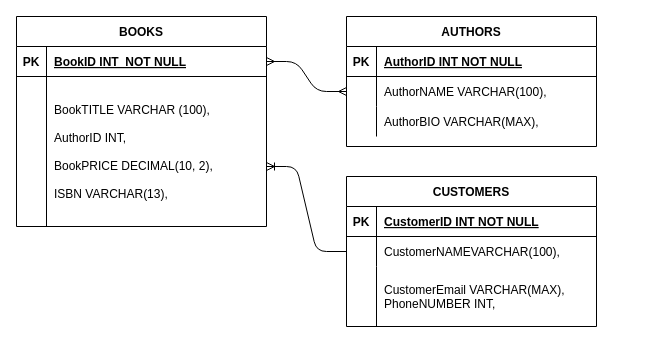
Before: CSWS_Assignment1.drawio in KESHAVSHARMA40/KESHAVGITHUB, a draw.io diagram. Source tidied: cells renumbered, new cells numbered last; positions are measured from the earlier drawing's top-left corner, leaving out a move shared by most shapes. Both pictures are drawn from the tidied source at 100%, with x=0, y=0 at pixel (16, 16).
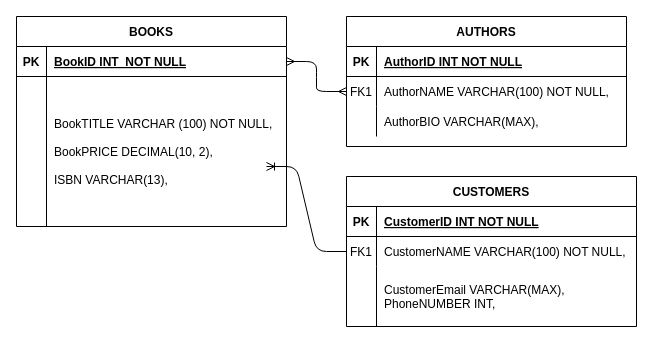
Above is the later version.

Diff of the diagram source:
```diff
@@
     <mxCell id="4" value="AUTHORS" style="shape=table;startSize=30;childLayout=tableLayout;rowLines=0;fontStyle=1;align=center;" parent="1" vertex="1">
-      <mxGeometry x="330" width="250" height="130" as="geometry" />
+      <mxGeometry x="330" width="280" height="130" as="geometry" />
     </mxCell>
     <mxCell id="5" style="shape=partialRectangle;fillColor=none;top=0;left=0;right=0;bottom=1;" parent="4" vertex="1">
-      <mxGeometry y="30" width="250" height="30" as="geometry" />
+      <mxGeometry y="30" width="280" height="30" as="geometry" />
     </mxCell>
@@
     <mxCell id="7" value="AuthorID INT NOT NULL" style="shape=partialRectangle;overflow=hidden;fillColor=none;top=0;left=0;bottom=0;right=0;align=left;spacingLeft=6;fontStyle=5;" parent="5" vertex="1">
-      <mxGeometry x="30" width="220" height="30" as="geometry" />
+      <mxGeometry x="30" width="250" height="30" as="geometry" />
     </mxCell>
     <mxCell id="8" style="shape=partialRectangle;fillColor=none;points=[[0,0.5],[1,0.5]];portConstraint=eastwest;top=0;left=0;right=0;bottom=0;" parent="4" vertex="1">
-      <mxGeometry y="60" width="250" height="30" as="geometry" />
+      <mxGeometry y="60" width="280" height="30" as="geometry" />
     </mxCell>
-    <mxCell id="9" style="shape=partialRectangle;overflow=hidden;fillColor=none;top=0;left=0;bottom=0;right=0;" parent="8" vertex="1">
+    <mxCell id="9" value="FK1" style="shape=partialRectangle;overflow=hidden;fillColor=none;top=0;left=0;bottom=0;right=0;" parent="8" vertex="1">
       <mxGeometry width="30" height="30" as="geometry" />
     </mxCell>
-    <mxCell id="10" value="AuthorNAME VARCHAR(100)," style="shape=partialRectangle;overflow=hidden;fillColor=none;top=0;left=0;bottom=0;right=0;align=left;spacingLeft=6;" parent="8" vertex="1">
-      <mxGeometry x="30" width="220" height="30" as="geometry" />
+    <mxCell id="10" value="AuthorNAME VARCHAR(100) NOT NULL," style="shape=partialRectangle;overflow=hidden;fillColor=none;top=0;left=0;bottom=0;right=0;align=left;spacingLeft=6;" parent="8" vertex="1">
+      <mxGeometry x="30" width="250" height="30" as="geometry" />
     </mxCell>
     <mxCell id="11" style="shape=partialRectangle;fillColor=none;top=0;left=0;right=0;bottom=0;" parent="4" vertex="1">
-      <mxGeometry y="90" width="250" height="30" as="geometry" />
+      <mxGeometry y="90" width="280" height="30" as="geometry" />
     </mxCell>
@@
     <mxCell id="13" value="AuthorBIO VARCHAR(MAX)," style="shape=partialRectangle;overflow=hidden;fillColor=none;top=0;left=0;bottom=0;right=0;align=left;spacingLeft=6;" parent="11" vertex="1">
-      <mxGeometry x="30" width="220" height="30" as="geometry" />
+      <mxGeometry x="30" width="250" height="30" as="geometry" />
     </mxCell>
     <mxCell id="14" value="CUSTOMERS" style="shape=table;startSize=30;childLayout=tableLayout;rowLines=0;fontStyle=1;align=center;" parent="1" vertex="1">
-      <mxGeometry x="330" y="160" width="250" height="150" as="geometry" />
+      <mxGeometry x="330" y="160" width="290" height="150" as="geometry" />
     </mxCell>
     <mxCell id="15" style="shape=partialRectangle;fillColor=none;top=0;left=0;right=0;bottom=1;" parent="14" vertex="1">
-      <mxGeometry y="30" width="250" height="30" as="geometry" />
+      <mxGeometry y="30" width="290" height="30" as="geometry" />
     </mxCell>
@@
     <mxCell id="17" value="CustomerID INT NOT NULL" style="shape=partialRectangle;overflow=hidden;fillColor=none;top=0;left=0;bottom=0;right=0;align=left;spacingLeft=6;fontStyle=5;" parent="15" vertex="1">
-      <mxGeometry x="30" width="220" height="30" as="geometry" />
+      <mxGeometry x="30" width="260" height="30" as="geometry" />
     </mxCell>
     <mxCell id="18" style="shape=partialRectangle;fillColor=none;points=[[0,0.5],[1,0.5]];portConstraint=eastwest;top=0;left=0;right=0;bottom=0;" parent="14" vertex="1">
-      <mxGeometry y="60" width="250" height="30" as="geometry" />
+      <mxGeometry y="60" width="290" height="30" as="geometry" />
     </mxCell>
-    <mxCell id="19" style="shape=partialRectangle;overflow=hidden;fillColor=none;top=0;left=0;bottom=0;right=0;" parent="18" vertex="1">
+    <mxCell id="19" value="FK1" style="shape=partialRectangle;overflow=hidden;fillColor=none;top=0;left=0;bottom=0;right=0;" parent="18" vertex="1">
       <mxGeometry width="30" height="30" as="geometry" />
     </mxCell>
-    <mxCell id="20" value="CustomerNAMEVARCHAR(100)," style="shape=partialRectangle;overflow=hidden;fillColor=none;top=0;left=0;bottom=0;right=0;align=left;spacingLeft=6;" parent="18" vertex="1">
-      <mxGeometry x="30" width="220" height="30" as="geometry" />
+    <mxCell id="20" value="CustomerNAME VARCHAR(100) NOT NULL," style="shape=partialRectangle;overflow=hidden;fillColor=none;top=0;left=0;bottom=0;right=0;align=left;spacingLeft=6;" parent="18" vertex="1">
+      <mxGeometry x="30" width="260" height="30" as="geometry" />
     </mxCell>
     <mxCell id="21" style="shape=partialRectangle;fillColor=none;top=0;left=0;right=0;bottom=0;" parent="14" vertex="1">
-      <mxGeometry y="90" width="250" height="60" as="geometry" />
+      <mxGeometry y="90" width="290" height="60" as="geometry" />
     </mxCell>
@@
     <mxCell id="23" value="CustomerEmail VARCHAR(MAX),&#10;PhoneNUMBER INT," style="shape=partialRectangle;overflow=hidden;fillColor=none;top=0;left=0;bottom=0;right=0;align=left;spacingLeft=6;" parent="21" vertex="1">
-      <mxGeometry x="30" width="220" height="60" as="geometry" />
+      <mxGeometry x="30" width="260" height="60" as="geometry" />
     </mxCell>
     <mxCell id="24" value="BOOKS" style="shape=table;startSize=30;childLayout=tableLayout;rowLines=0;fontStyle=1;align=center;" parent="1" vertex="1">
-      <mxGeometry width="250" height="210" as="geometry" />
+      <mxGeometry width="270" height="210" as="geometry" />
     </mxCell>
     <mxCell id="25" style="shape=partialRectangle;fillColor=none;points=[[0,0.5],[1,0.5]];portConstraint=eastwest;top=0;left=0;right=0;bottom=1;" parent="24" vertex="1">
-      <mxGeometry y="30" width="250" height="30" as="geometry" />
+      <mxGeometry y="30" width="270" height="30" as="geometry" />
     </mxCell>
@@
     <mxCell id="27" value="BookID INT  NOT NULL" style="shape=partialRectangle;overflow=hidden;fillColor=none;top=0;left=0;bottom=0;right=0;align=left;spacingLeft=6;fontStyle=5;" parent="25" vertex="1">
-      <mxGeometry x="30" width="220" height="30" as="geometry" />
+      <mxGeometry x="30" width="240" height="30" as="geometry" />
     </mxCell>
     <mxCell id="28" style="shape=partialRectangle;fillColor=none;top=0;left=0;right=0;bottom=0;" parent="24" vertex="1">
-      <mxGeometry y="60" width="250" height="150" as="geometry" />
+      <mxGeometry y="60" width="270" height="150" as="geometry" />
     </mxCell>
@@
-    <mxCell id="30" value="BookTITLE VARCHAR (100),&#10;&#10;AuthorID INT,&#10;&#10;BookPRICE DECIMAL(10, 2),&#10;&#10;ISBN VARCHAR(13)," style="shape=partialRectangle;overflow=hidden;fillColor=none;top=0;left=0;bottom=0;right=0;align=left;spacingLeft=6;" parent="28" vertex="1">
-      <mxGeometry x="30" width="220" height="150" as="geometry" />
+    <mxCell id="30" value="BookTITLE VARCHAR (100) NOT NULL,&#10;&#10;BookPRICE DECIMAL(10, 2),&#10;&#10;ISBN VARCHAR(13)," style="shape=partialRectangle;overflow=hidden;fillColor=none;top=0;left=0;bottom=0;right=0;align=left;spacingLeft=6;" parent="28" vertex="1">
+      <mxGeometry x="30" width="240" height="150" as="geometry" />
     </mxCell>
```
